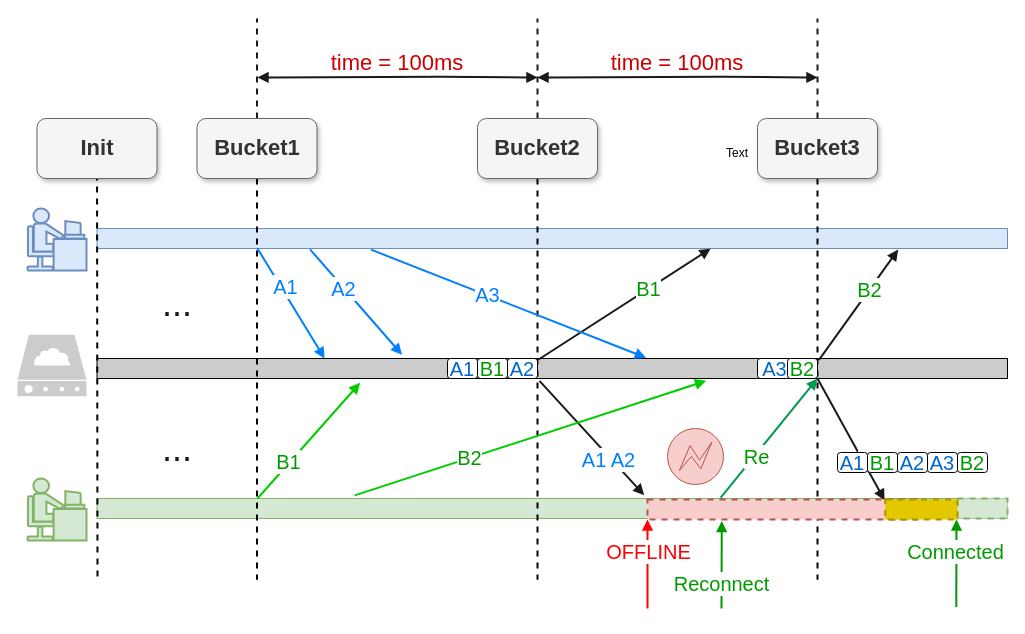
Above: page "replay2" (6 of 9) of booming/Booming 104ppt-17.drawio in yrdimple/flowChart (draw.io), before the change. Source tidied: cells renumbered, new cells numbered last; positions are measured from the earlier drawing's top-left corner, leaving out a move shared by most shapes. Both pictures are drawn from the tidied source at 100%, with x=0, y=0 at pixel (17, 18).
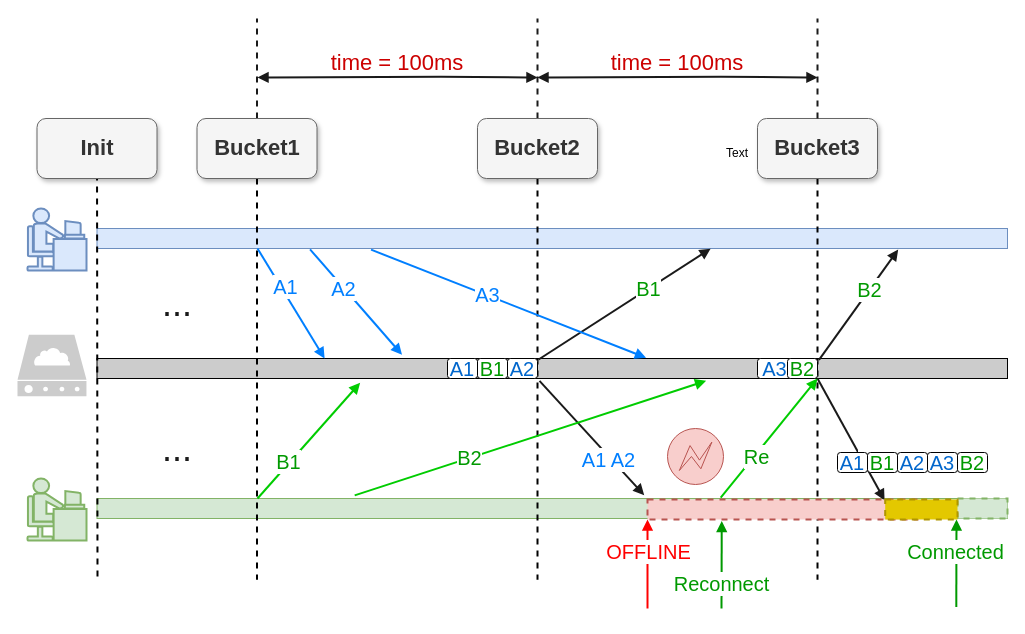
Above is the later version.

Unchanged cells that the change refers to:
```xml
<mxCell id="3" style="rounded=0;whiteSpace=wrap;html=1;fillColor=#d5e8d4;strokeColor=#82b366;" parent="1" vertex="1">
  <mxGeometry x="79.5" y="480" width="910.5" height="20" as="geometry" />
</mxCell>
```

The edit, as a diff of the source:
```diff
@@
-    <mxCell id="64" style="endArrow=block;html=1;rounded=0;strokeWidth=2;exitX=0.685;exitY=-0.043;exitDx=0;exitDy=0;exitPerimeter=0;fillColor=#ffff88;strokeColor=#00994D;fontColor=#009900;endFill=1;entryX=0.669;entryY=1.118;entryDx=0;entryDy=0;entryPerimeter=0;fontSize=20;" parent="1" edge="1" source="3">
+    <mxCell id="64" style="endArrow=block;html=1;rounded=0;strokeWidth=2;exitX=0.685;exitY=-0.043;exitDx=0;exitDy=0;exitPerimeter=0;fillColor=#ffff88;strokeColor=#00CC00;fontColor=#009900;endFill=1;entryX=0.669;entryY=1.118;entryDx=0;entryDy=0;entryPerimeter=0;fontSize=20;" parent="1" edge="1" source="3">
       <mxGeometry relative="1" as="geometry">
         <mxPoint x="800" y="360" as="targetPoint" />
       </mxGeometry>
     </mxCell>
```
